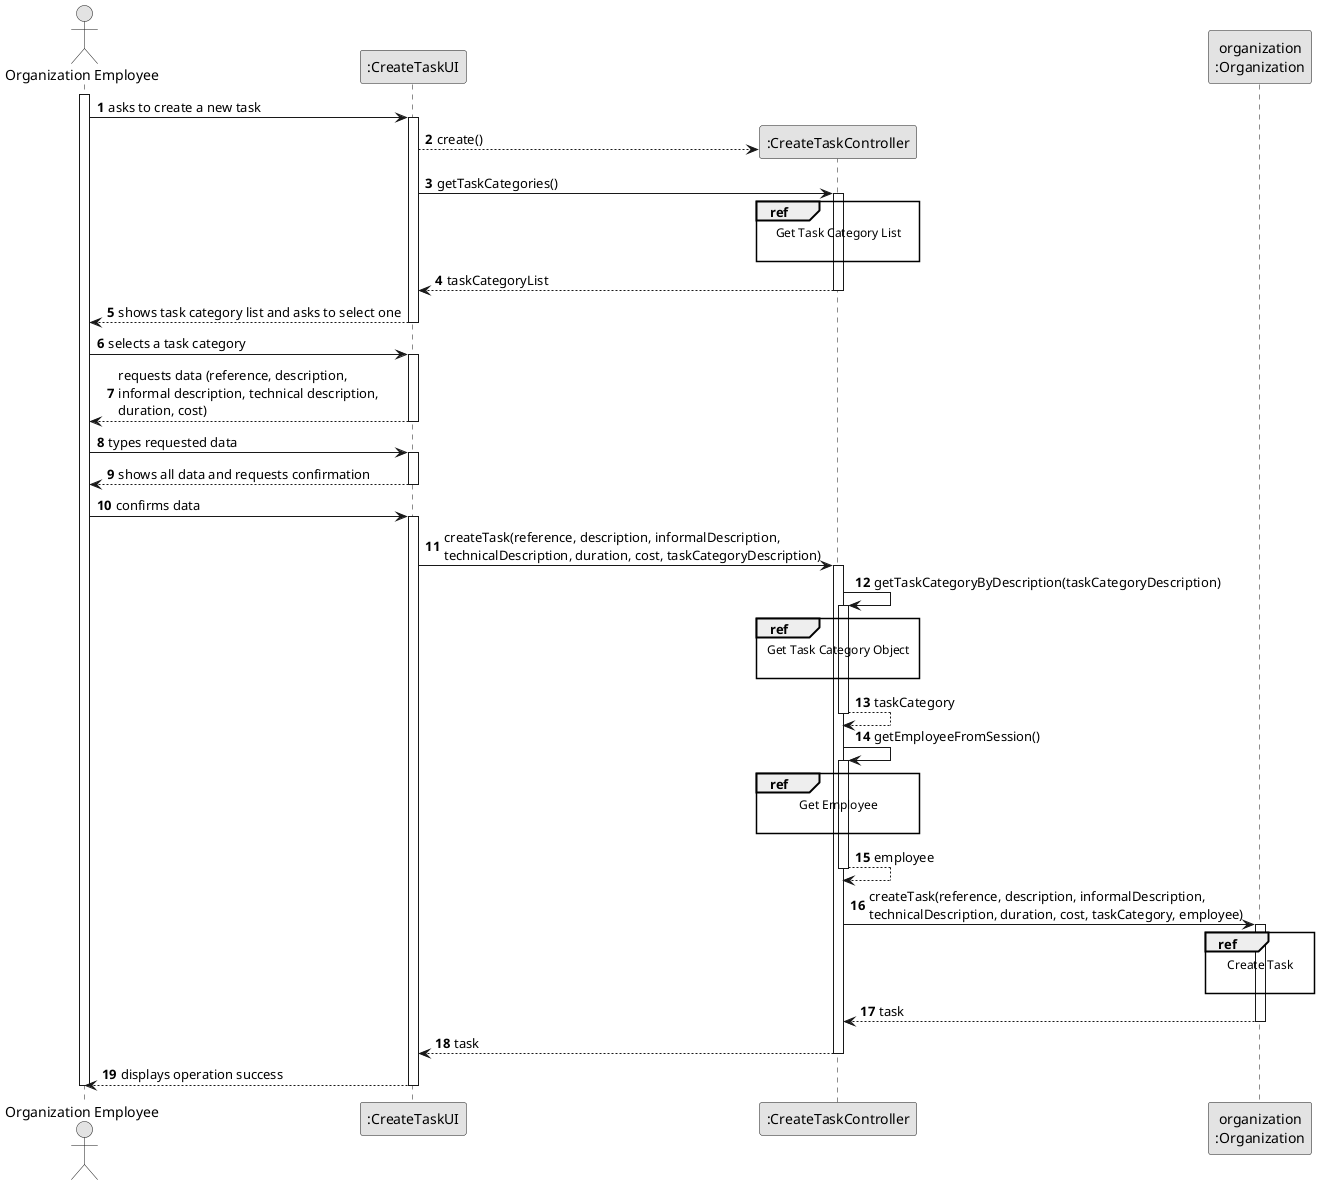
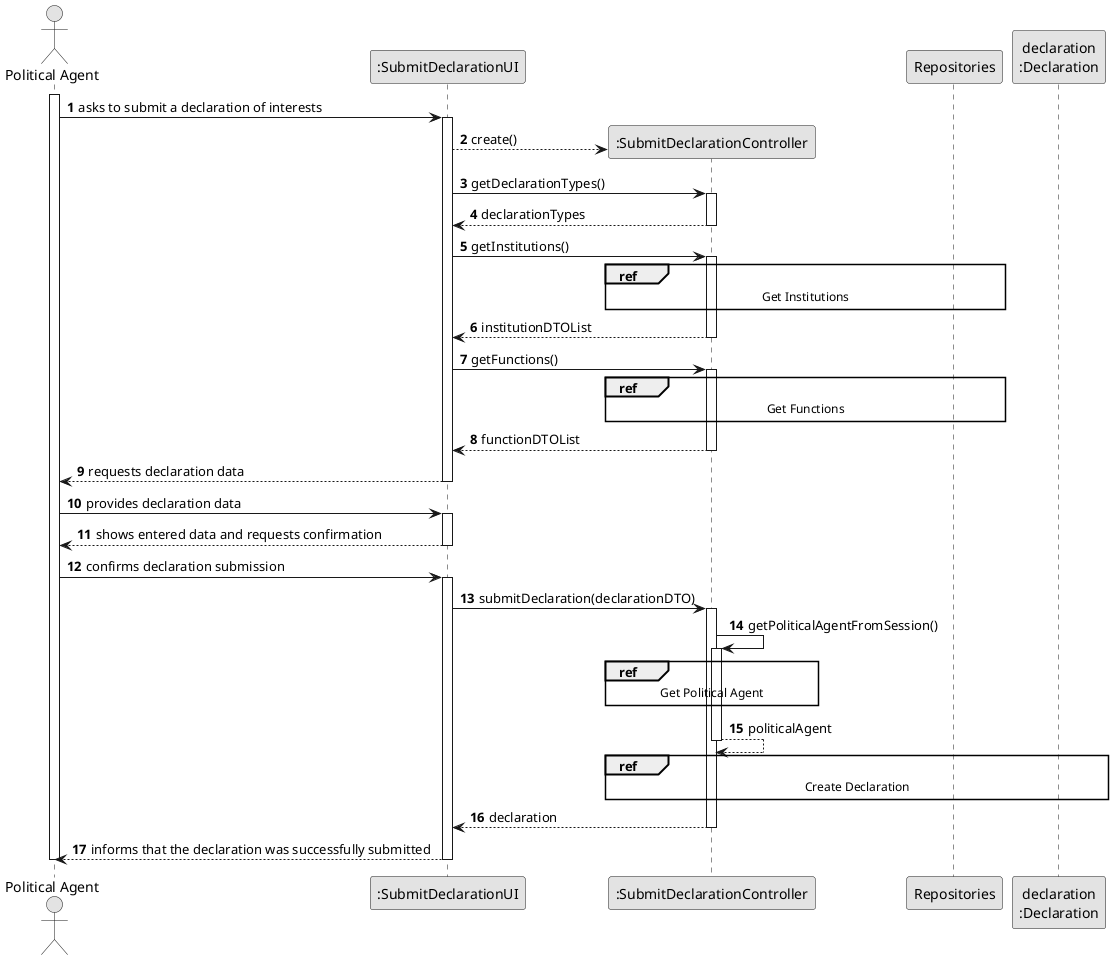
- @startuml
+ @startuml US006-SD-split
skinparam monochrome true
skinparam packageStyle rectangle
skinparam shadowing false

autonumber

- 'hide footbox
- actor "Organization Employee" as ORG_EMPLOYEE
+ actor "Political Agent" as PA

- participant ":CreateTaskUI" as UI
- participant ":CreateTaskController" as CTRL
- participant "organization\n:Organization" as ORG
+ participant ":SubmitDeclarationUI" as UI
+ participant ":SubmitDeclarationController" as CTRL
+ participant "Repositories" as REPOS
+ participant "declaration\n:Declaration" as DECL

- activate ORG_EMPLOYEE
+ activate PA

-     ORG_EMPLOYEE -> UI : asks to create a new task
+     PA -> UI : asks to submit a declaration of interests
+     activate UI
+         UI --> CTRL** : create()

+         UI -> CTRL : getDeclarationTypes()
+         activate CTRL
+             CTRL --> UI : declarationTypes
+         deactivate CTRL
+ 
+         UI -> CTRL : getInstitutions()
+         activate CTRL
+             ref over CTRL, REPOS
+                 Get Institutions
+             end ref
+             CTRL --> UI : institutionDTOList
+         deactivate CTRL
+ 
+         UI -> CTRL : getFunctions()
+         activate CTRL
+             ref over CTRL, REPOS
+                 Get Functions
+             end ref
+             CTRL --> UI : functionDTOList
+         deactivate CTRL
+ 
+         UI --> PA : requests declaration data
+     deactivate UI
+ 
+     PA -> UI : provides declaration data
    activate UI
+         UI --> PA : shows entered data and requests confirmation
+     deactivate UI

-         UI --> CTRL** : create()
-         UI -> CTRL : getTaskCategories()
-         ref over CTRL
-             Get Task Category List
- 
-         end ref
- 
+     PA -> UI : confirms declaration submission
+     activate UI
+         UI -> CTRL : submitDeclaration(declarationDTO)
        activate CTRL

-             CTRL --> UI : taskCategoryList
+             CTRL -> CTRL : getPoliticalAgentFromSession()
+             activate CTRL
+                 ref over CTRL
+                     Get Political Agent
+                 end ref
+                 CTRL --> CTRL : politicalAgent
+             deactivate CTRL
+ 
+             ref over CTRL, DECL
+                 Create Declaration
+             end ref
+ 
+             CTRL --> UI : declaration
        deactivate CTRL

-         UI --> ORG_EMPLOYEE : shows task category list and asks to select one
+         UI --> PA : informs that the declaration was successfully submitted
    deactivate UI

-     ORG_EMPLOYEE -> UI : selects a task category
-     activate UI
- 
-         UI --> ORG_EMPLOYEE : requests data (reference, description,\ninformal description, technical description,\nduration, cost)
-     deactivate UI
- 
-     ORG_EMPLOYEE -> UI : types requested data
-     activate UI
- 
-         UI --> ORG_EMPLOYEE : shows all data and requests confirmation
-     deactivate UI
- 
-     ORG_EMPLOYEE -> UI : confirms data
-     activate UI
- 
-         UI -> CTRL : createTask(reference, description, informalDescription,\ntechnicalDescription, duration, cost, taskCategoryDescription)
-         activate CTRL
- 
-             CTRL -> CTRL : getTaskCategoryByDescription(taskCategoryDescription)
-             activate CTRL
- 
-                 ref over CTRL
-                     Get Task Category Object
- 
-                 end ref
- 
-                 CTRL --> CTRL : taskCategory
-             deactivate CTRL
- 
-             CTRL -> CTRL : getEmployeeFromSession()
-             activate CTRL
- 
-                 ref over CTRL
-                     Get Employee
- 
-                 end ref
-                 CTRL --> CTRL : employee
-             deactivate CTRL
- 
-             CTRL -> ORG: createTask(reference, description, informalDescription,\ntechnicalDescription, duration, cost, taskCategory, employee)
-             activate ORG
- 
-                 ref over ORG
-                     Create Task
- 
-                 end
- 
-                 ORG --> CTRL : task
-             deactivate ORG
- 
-             CTRL --> UI: task
-             deactivate CTRL
-             UI --> ORG_EMPLOYEE: displays operation success
-     deactivate UI
- 
- deactivate ORG_EMPLOYEE
+ deactivate PA

@enduml